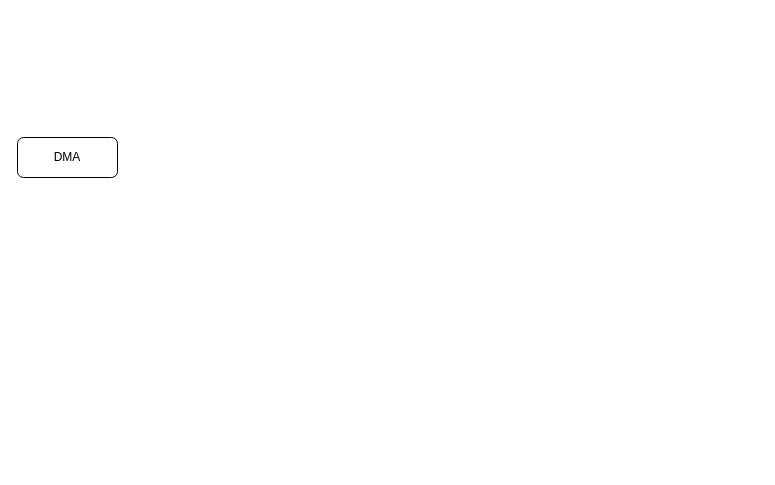
Earlier version of the draw.io diagram DMA.drawio (hzsunzixiang/draw.io). Source tidied: cells renumbered, new cells numbered last; positions are measured from the earlier drawing's top-left corner, leaving out a move shared by most shapes. Both pictures are drawn from the tidied source at 100%, with x=0, y=0 at pixel (17, 137).
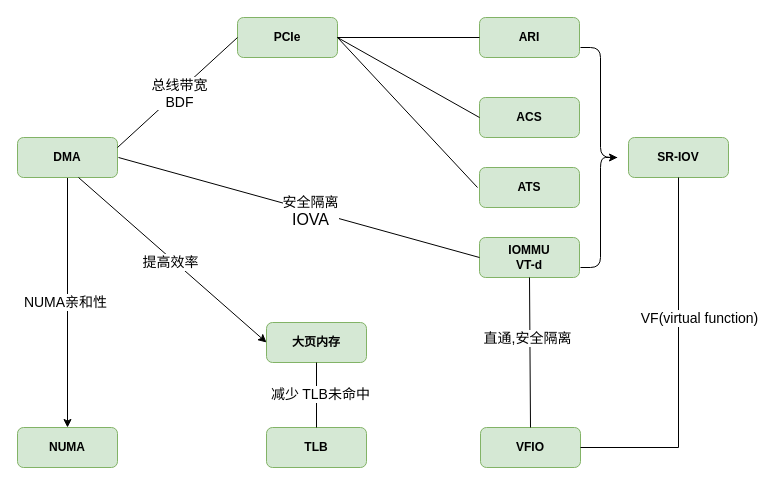
The same page after the edit.

Diff of the diagram source:
```diff
@@
+    <mxCell id="3" style="edgeStyle=none;rounded=0;jettySize=auto;html=1;entryX=0.5;entryY=0;entryDx=0;entryDy=0;" parent="1" edge="1" source="2" target="25">
+      <mxGeometry relative="1" as="geometry" />
+    </mxCell>
+    <mxCell id="4" value="&lt;font style=&quot;font-size: 14px;&quot;&gt;NUMA亲和性&lt;/font&gt;" style="edgeLabel;html=1;align=center;verticalAlign=middle;" parent="3" vertex="1">
+      <mxGeometry x="-0.01" y="-3" relative="1" as="geometry" />
+    </mxCell>
-    <mxCell id="2" value="DMA" style="rounded=1;whiteSpace=wrap;html=1;" parent="1" vertex="1">
+    <mxCell id="2" value="DMA" style="rounded=1;whiteSpace=wrap;html=1;fontStyle=1;fillColor=#d5e8d4;strokeColor=#82b366;" parent="1" vertex="1">
       <mxGeometry width="100" height="40" as="geometry" />
     </mxCell>
+    <mxCell id="5" value="IOMMU&lt;div&gt;VT-d&lt;/div&gt;" style="rounded=1;whiteSpace=wrap;html=1;fontStyle=1;fillColor=#d5e8d4;strokeColor=#82b366;" parent="1" vertex="1">
+      <mxGeometry x="462" y="100" width="100" height="40" as="geometry" />
+    </mxCell>
+    <mxCell id="6" value="PCIe" style="rounded=1;whiteSpace=wrap;html=1;fontStyle=1;fillColor=#d5e8d4;strokeColor=#82b366;" parent="1" vertex="1">
+      <mxGeometry x="220" y="-120" width="100" height="40" as="geometry" />
+    </mxCell>
+    <mxCell id="7" style="endArrow=none;html=1;rounded=0;entryX=0;entryY=0.5;entryDx=0;entryDy=0;exitX=1;exitY=0.25;exitDx=0;exitDy=0;" parent="1" edge="1" source="2" target="6">
+      <mxGeometry relative="1" as="geometry" />
+    </mxCell>
+    <mxCell id="8" value="&lt;font style=&quot;font-size: 14px;&quot;&gt;总线带宽&lt;/font&gt;&lt;div&gt;&lt;font style=&quot;font-size: 14px;&quot;&gt;BDF&lt;/font&gt;&lt;/div&gt;" style="edgeLabel;html=1;align=center;verticalAlign=middle;" parent="7" vertex="1">
+      <mxGeometry x="0.26" y="4" relative="1" as="geometry">
+        <mxPoint x="-12" y="18" as="offset" />
+      </mxGeometry>
+    </mxCell>
+    <mxCell id="9" style="endArrow=none;html=1;rounded=0;entryX=0;entryY=0.5;entryDx=0;entryDy=0;" parent="1" edge="1" target="5">
+      <mxGeometry relative="1" as="geometry">
+        <mxPoint x="101" y="20" as="sourcePoint" />
+      </mxGeometry>
+    </mxCell>
+    <mxCell id="10" value="&lt;font style=&quot;font-size: 14px;&quot;&gt;安全隔离&lt;/font&gt;&lt;div&gt;&lt;font size=&quot;3&quot;&gt;IOVA&lt;/font&gt;&lt;/div&gt;" style="edgeLabel;html=1;align=center;verticalAlign=middle;" parent="9" vertex="1">
+      <mxGeometry x="0.06" relative="1" as="geometry" />
+    </mxCell>
+    <mxCell id="11" value="ARI" style="rounded=1;whiteSpace=wrap;html=1;fontStyle=1;fillColor=#d5e8d4;strokeColor=#82b366;" parent="1" vertex="1">
+      <mxGeometry x="462" y="-120" width="100" height="40" as="geometry" />
+    </mxCell>
+    <mxCell id="12" value="ATS" style="rounded=1;whiteSpace=wrap;html=1;fontStyle=1;fillColor=#d5e8d4;strokeColor=#82b366;" parent="1" vertex="1">
+      <mxGeometry x="462" y="30" width="100" height="40" as="geometry" />
+    </mxCell>
+    <mxCell id="13" value="ACS" style="rounded=1;whiteSpace=wrap;html=1;fontStyle=1;fillColor=#d5e8d4;strokeColor=#82b366;" parent="1" vertex="1">
+      <mxGeometry x="462" y="-40" width="100" height="40" as="geometry" />
+    </mxCell>
+    <mxCell id="14" style="endArrow=none;html=1;rounded=0;entryX=0;entryY=0.5;entryDx=0;entryDy=0;" parent="1" edge="1" target="11">
+      <mxGeometry relative="1" as="geometry">
+        <mxPoint x="320" y="-100" as="sourcePoint" />
+      </mxGeometry>
+    </mxCell>
+    <mxCell id="15" style="endArrow=none;html=1;rounded=0;entryX=0;entryY=0.5;entryDx=0;entryDy=0;exitX=1;exitY=0.5;exitDx=0;exitDy=0;" parent="1" edge="1" source="6" target="13">
+      <mxGeometry relative="1" as="geometry" />
+    </mxCell>
+    <mxCell id="16" style="endArrow=none;html=1;rounded=0;" parent="1" edge="1">
+      <mxGeometry relative="1" as="geometry">
+        <mxPoint x="320" y="-100" as="sourcePoint" />
+        <mxPoint x="460" y="50" as="targetPoint" />
+      </mxGeometry>
+    </mxCell>
+    <mxCell id="17" value="SR-IOV" style="rounded=1;whiteSpace=wrap;html=1;fontStyle=1;fillColor=#d5e8d4;strokeColor=#82b366;" parent="1" vertex="1">
+      <mxGeometry x="611" width="100" height="40" as="geometry" />
+    </mxCell>
+    <mxCell id="18" style="edgeStyle=orthogonalEdgeStyle;rounded=0;jettySize=auto;html=1;exitX=0.1;exitY=0.5;exitDx=0;exitDy=0;exitPerimeter=0;" parent="1" edge="1" source="19">
+      <mxGeometry relative="1" as="geometry">
+        <mxPoint x="600" y="20" as="targetPoint" />
+        <Array as="points">
+          <mxPoint x="600" y="20" />
+          <mxPoint x="600" y="20" />
+        </Array>
+      </mxGeometry>
+    </mxCell>
+    <mxCell id="19" style="shape=curlyBracket;whiteSpace=wrap;html=1;rounded=1;flipH=1;labelPosition=right;verticalLabelPosition=middle;align=left;verticalAlign=middle;" parent="1" vertex="1">
+      <mxGeometry x="563" y="-90" width="40" height="220" as="geometry" />
+    </mxCell>
+    <mxCell id="20" value="VFIO" style="rounded=1;whiteSpace=wrap;html=1;fontStyle=1;fillColor=#d5e8d4;strokeColor=#82b366;" parent="1" vertex="1">
+      <mxGeometry x="463" y="290" width="100" height="40" as="geometry" />
+    </mxCell>
+    <mxCell id="21" style="endArrow=none;html=1;rounded=0;entryX=0.5;entryY=1;entryDx=0;entryDy=0;edgeStyle=orthogonalEdgeStyle;exitX=1;exitY=0.5;exitDx=0;exitDy=0;" parent="1" edge="1" source="20" target="17">
+      <mxGeometry relative="1" as="geometry">
+        <Array as="points">
+          <mxPoint x="661" y="310" />
+        </Array>
+      </mxGeometry>
+    </mxCell>
+    <mxCell id="22" value="&lt;font style=&quot;font-size: 14px;&quot;&gt;VF(virtual function)&lt;/font&gt;" style="edgeLabel;html=1;align=center;verticalAlign=middle;" parent="21" vertex="1">
+      <mxGeometry x="-0.01" y="-3" relative="1" as="geometry">
+        <mxPoint x="17" y="-46" as="offset" />
+      </mxGeometry>
+    </mxCell>
+    <mxCell id="23" style="endArrow=none;html=1;rounded=0;entryX=0.5;entryY=1;entryDx=0;entryDy=0;exitX=0.5;exitY=0;exitDx=0;exitDy=0;" parent="1" edge="1" source="20" target="5">
+      <mxGeometry relative="1" as="geometry" />
+    </mxCell>
+    <mxCell id="24" value="直通,安全隔离" style="edgeLabel;html=1;align=center;verticalAlign=middle;fontSize=14;" parent="23" vertex="1">
+      <mxGeometry x="0.2" y="3" relative="1" as="geometry" />
+    </mxCell>
+    <mxCell id="25" value="NUMA" style="rounded=1;whiteSpace=wrap;html=1;fontStyle=1;fillColor=#d5e8d4;strokeColor=#82b366;" parent="1" vertex="1">
+      <mxGeometry y="290" width="100" height="40" as="geometry" />
+    </mxCell>
+    <mxCell id="26" value="大页内存" style="rounded=1;whiteSpace=wrap;html=1;fontStyle=1;fillColor=#d5e8d4;strokeColor=#82b366;" parent="1" vertex="1">
+      <mxGeometry x="249" y="185" width="100" height="40" as="geometry" />
+    </mxCell>
+    <mxCell id="27" value="TLB" style="rounded=1;whiteSpace=wrap;html=1;fontStyle=1;fillColor=#d5e8d4;strokeColor=#82b366;" parent="1" vertex="1">
+      <mxGeometry x="249" y="290" width="100" height="40" as="geometry" />
+    </mxCell>
+    <mxCell id="28" style="endArrow=none;html=1;rounded=0;exitX=0.5;exitY=0;exitDx=0;exitDy=0;entryX=0.5;entryY=1;entryDx=0;entryDy=0;" parent="1" edge="1" source="27" target="26">
+      <mxGeometry relative="1" as="geometry" />
+    </mxCell>
+    <mxCell id="29" value="&lt;font style=&quot;font-size: 14px;&quot;&gt;减少&lt;span style=&quot;white-space: pre;&quot;&gt;&#9;&lt;/span&gt;TLB未命中&lt;/font&gt;" style="edgeLabel;html=1;align=center;verticalAlign=middle;" parent="28" vertex="1">
+      <mxGeometry x="0.06" y="-3" relative="1" as="geometry" />
+    </mxCell>
+    <mxCell id="30" style="edgeStyle=none;rounded=0;jettySize=auto;html=1;entryX=0;entryY=0.5;entryDx=0;entryDy=0;" parent="1" edge="1" target="26">
+      <mxGeometry relative="1" as="geometry">
+        <mxPoint x="61" y="40" as="sourcePoint" />
+      </mxGeometry>
+    </mxCell>
+    <mxCell id="31" value="&lt;span style=&quot;font-size: 14px;&quot;&gt;提高效率&lt;/span&gt;" style="edgeLabel;html=1;align=center;verticalAlign=middle;" parent="30" vertex="1">
+      <mxGeometry x="-0.01" y="-3" relative="1" as="geometry" />
+    </mxCell>
```
